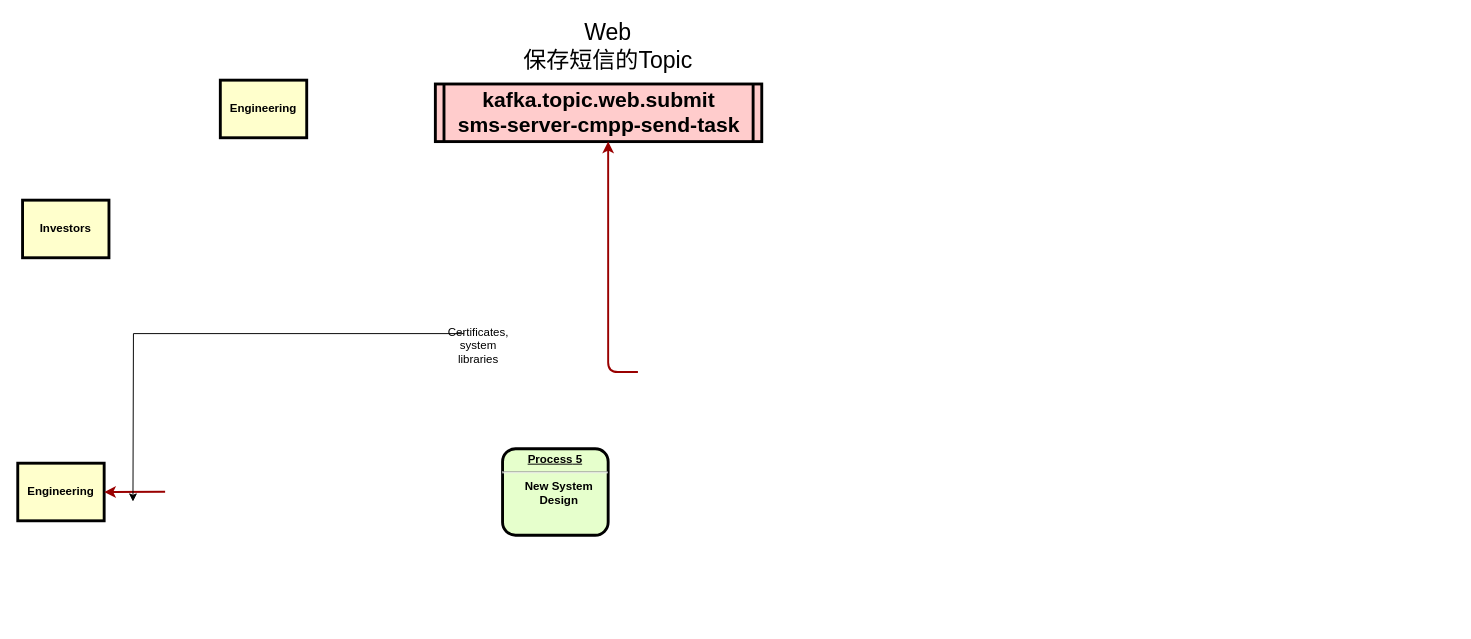
Above: 数据流转图.drawio in wangzhiliang/sms (draw.io), before the change. Source tidied: cells renumbered, new cells numbered last; positions are measured from the earlier drawing's top-left corner, leaving out a move shared by most shapes. Both pictures are drawn from the tidied source at 96%, with x=0, y=0 at pixel (17, 16).
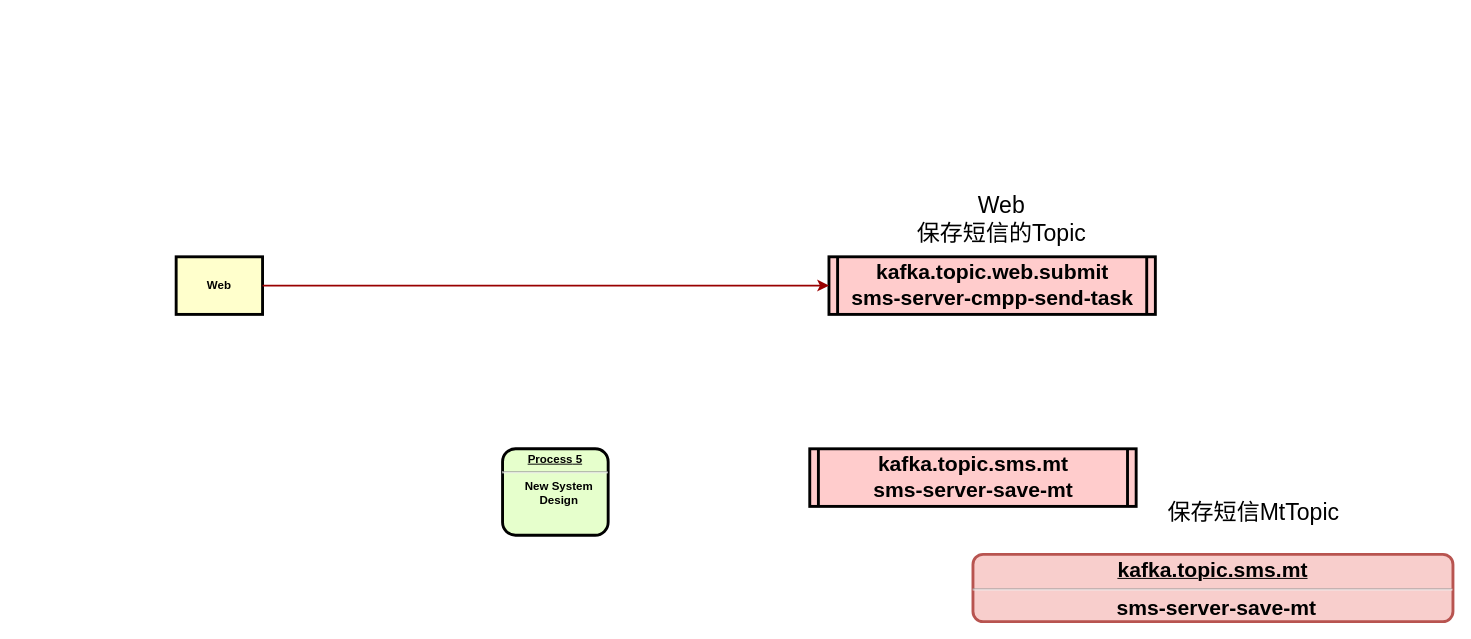
The same diagram, later.

Commit message (it also covers changes not shown here):
更新数据流转图.drawio

What changed in the source:
```diff
@@
 <mxGraphModel>
   <root>
     <mxCell id="0" />
     <mxCell id="1" parent="0" />
-    <mxCell id="2" value="Engineering" style="whiteSpace=wrap;align=center;verticalAlign=middle;fontStyle=1;strokeWidth=3;fillColor=#FFFFCC;" parent="1" vertex="1">
-      <mxGeometry x="211" y="66" width="90" height="60" as="geometry" />
-    </mxCell>
-    <mxCell id="3" value="Investors" style="whiteSpace=wrap;align=center;verticalAlign=middle;fontStyle=1;strokeWidth=3;fillColor=#FFFFCC;" parent="1" vertex="1">
-      <mxGeometry x="5" y="191" width="90" height="60" as="geometry" />
-    </mxCell>
     <mxCell id="4" value="kafka.topic.web.submit&#10;sms-server-cmpp-send-task" style="shape=process;whiteSpace=wrap;align=center;verticalAlign=middle;size=0.025;fontStyle=1;strokeWidth=3;fillColor=#FFCCCC;fontSize=22;" parent="1" vertex="1">
-      <mxGeometry x="435" y="70" width="340" height="60" as="geometry" />
+      <mxGeometry x="845" y="250" width="340" height="60" as="geometry" />
     </mxCell>
     <mxCell id="5" value="&lt;p style=&quot;margin: 0px; margin-top: 4px; text-align: center; text-decoration: underline;&quot;&gt;&lt;strong&gt;&lt;strong&gt;Process&lt;/strong&gt; 5&lt;br /&gt;&lt;/strong&gt;&lt;/p&gt;&lt;hr /&gt;&lt;p style=&quot;margin: 0px; margin-left: 8px;&quot;&gt;New System&lt;/p&gt;&lt;p style=&quot;margin: 0px; margin-left: 8px;&quot;&gt;Design&lt;/p&gt;" style="verticalAlign=middle;align=center;overflow=fill;fontSize=12;fontFamily=Helvetica;html=1;rounded=1;fontStyle=1;strokeWidth=3;fillColor=#E6FFCC;" parent="1" vertex="1">
       <mxGeometry x="505" y="450" width="110" height="90" as="geometry" />
     </mxCell>
-    <mxCell id="6" value="Engineering" style="whiteSpace=wrap;align=center;verticalAlign=middle;fontStyle=1;strokeWidth=3;fillColor=#FFFFCC;" parent="1" vertex="1">
-      <mxGeometry y="465" width="90" height="60" as="geometry" />
+    <mxCell id="6" value="Web" style="whiteSpace=wrap;align=center;verticalAlign=middle;fontStyle=1;strokeWidth=3;fillColor=#FFFFCC;" parent="1" vertex="1">
+      <mxGeometry x="165" y="250" width="90" height="60" as="geometry" />
     </mxCell>
-    <mxCell id="7" style="edgeStyle=elbowEdgeStyle;elbow=vertical;strokeColor=#990000;strokeWidth=2;" parent="1" edge="1" target="4">
+    <mxCell id="7" style="edgeStyle=elbowEdgeStyle;elbow=vertical;strokeColor=#990000;strokeWidth=2;entryX=0;entryY=0.5;entryDx=0;entryDy=0;exitX=1;exitY=0.5;exitDx=0;exitDy=0;" parent="1" edge="1" source="6" target="4">
       <mxGeometry relative="1" as="geometry">
-        <mxPoint x="646" y="370" as="sourcePoint" />
         <Array as="points">
-          <mxPoint x="615" y="370" />
+          <mxPoint x="645" y="280" />
         </Array>
       </mxGeometry>
     </mxCell>
-    <mxCell id="8" style="edgeStyle=elbowEdgeStyle;elbow=vertical;strokeColor=#990000;strokeWidth=2;" parent="1" edge="1" target="6">
-      <mxGeometry relative="1" as="geometry">
-        <mxPoint x="153.5" y="494.7" as="sourcePoint" />
-      </mxGeometry>
-    </mxCell>
-    <mxCell id="9" style="edgeStyle=orthogonalEdgeStyle;rounded=0;jettySize=auto;html=1;" parent="1" edge="1" source="10">
-      <mxGeometry relative="1" as="geometry">
-        <mxPoint x="120" y="505" as="targetPoint" />
-      </mxGeometry>
-    </mxCell>
-    <mxCell id="10" value="Certificates,&#10;system&#10;libraries" style="text;spacingTop=-5;align=center;" parent="1" vertex="1">
-      <mxGeometry x="465" y="320" width="30" height="20" as="geometry" />
-    </mxCell>
     <mxCell id="11" value="Web&#10;保存短信的Topic" style="text;spacingTop=-5;align=center;fontSize=24;" parent="1" vertex="1">
-      <mxGeometry x="572.5" width="85" height="20" as="geometry" />
+      <mxGeometry x="982.5" y="180" width="85" height="20" as="geometry" />
     </mxCell>
+    <mxCell id="12" value="kafka.topic.sms.mt&#10;sms-server-save-mt" style="shape=process;whiteSpace=wrap;align=center;verticalAlign=middle;size=0.025;fontStyle=1;strokeWidth=3;fillColor=#FFCCCC;fontSize=22;" parent="1" vertex="1">
+      <mxGeometry x="825" y="450" width="340" height="60" as="geometry" />
+    </mxCell>
+    <mxCell id="13" value="保存短信MtTopic" style="text;spacingTop=-5;align=center;fontSize=24;" parent="1" vertex="1">
+      <mxGeometry x="1245" y="500" width="85" height="20" as="geometry" />
+    </mxCell>
+    <mxCell id="14" value="&lt;p style=&quot;margin: 0px; margin-top: 4px; text-align: center; text-decoration: underline;&quot;&gt;&lt;span style=&quot;font-size: 22px; text-wrap-mode: wrap;&quot;&gt;kafka.topic.sms.mt&lt;/span&gt;&lt;strong&gt;&lt;/strong&gt;&lt;/p&gt;&lt;hr&gt;&lt;p style=&quot;margin: 0px; margin-left: 8px;&quot;&gt;&lt;span style=&quot;font-size: 22px; text-wrap-mode: wrap;&quot;&gt;sms-server-save-mt&lt;/span&gt;&lt;/p&gt;" style="verticalAlign=middle;align=center;overflow=fill;fontSize=12;fontFamily=Helvetica;html=1;rounded=1;fontStyle=1;strokeWidth=3;fillColor=#f8cecc;strokeColor=#b85450;" parent="1" vertex="1">
+      <mxGeometry x="995" y="560" width="500" height="70" as="geometry" />
+    </mxCell>
   </root>
 </mxGraphModel>
```
